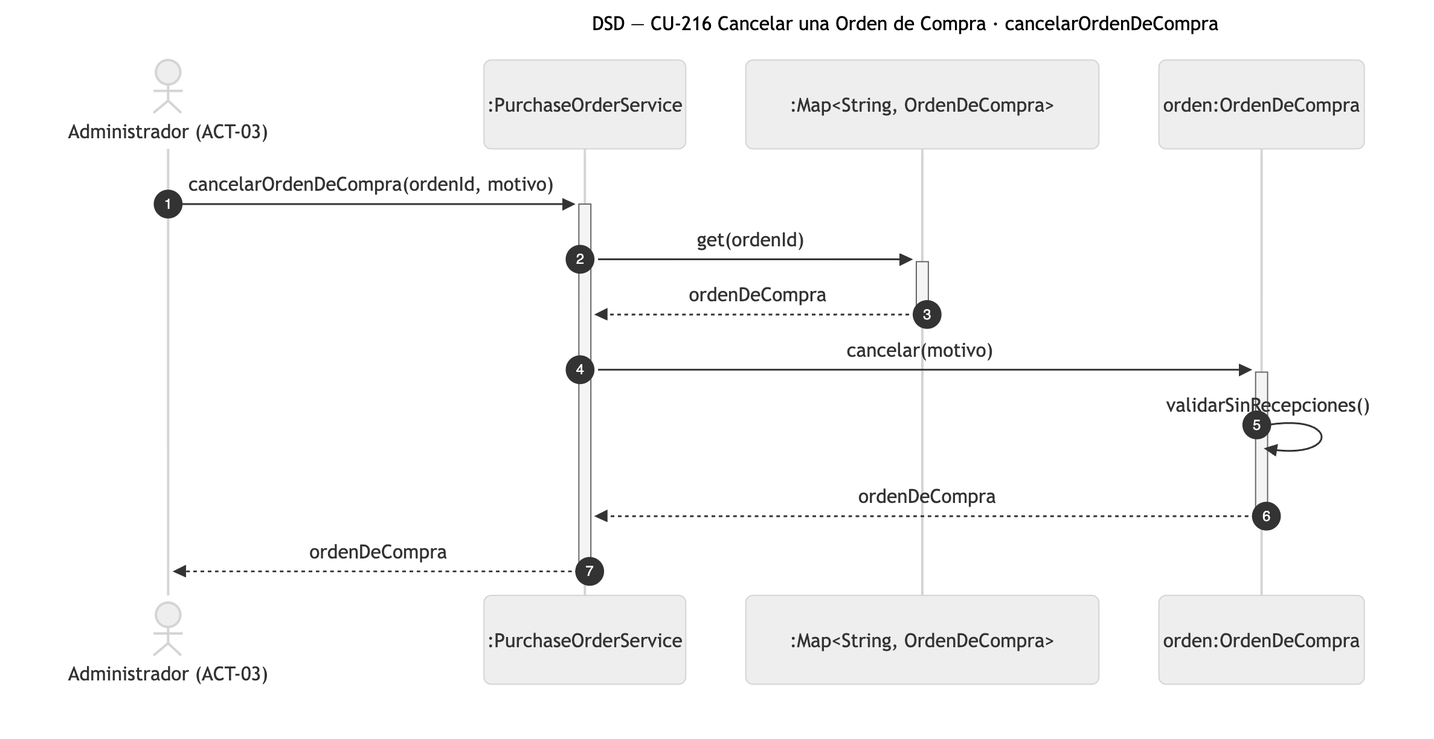
Before: diagramas/png/DSD_CU-216_cancelarOrdenDeCompra.png, a diagram exported from Mermaid (Nahuelito-Dev/splg-docs). Its source is kept beside it as diagramas/DSD_CU-216_cancelarOrdenDeCompra.mmd.
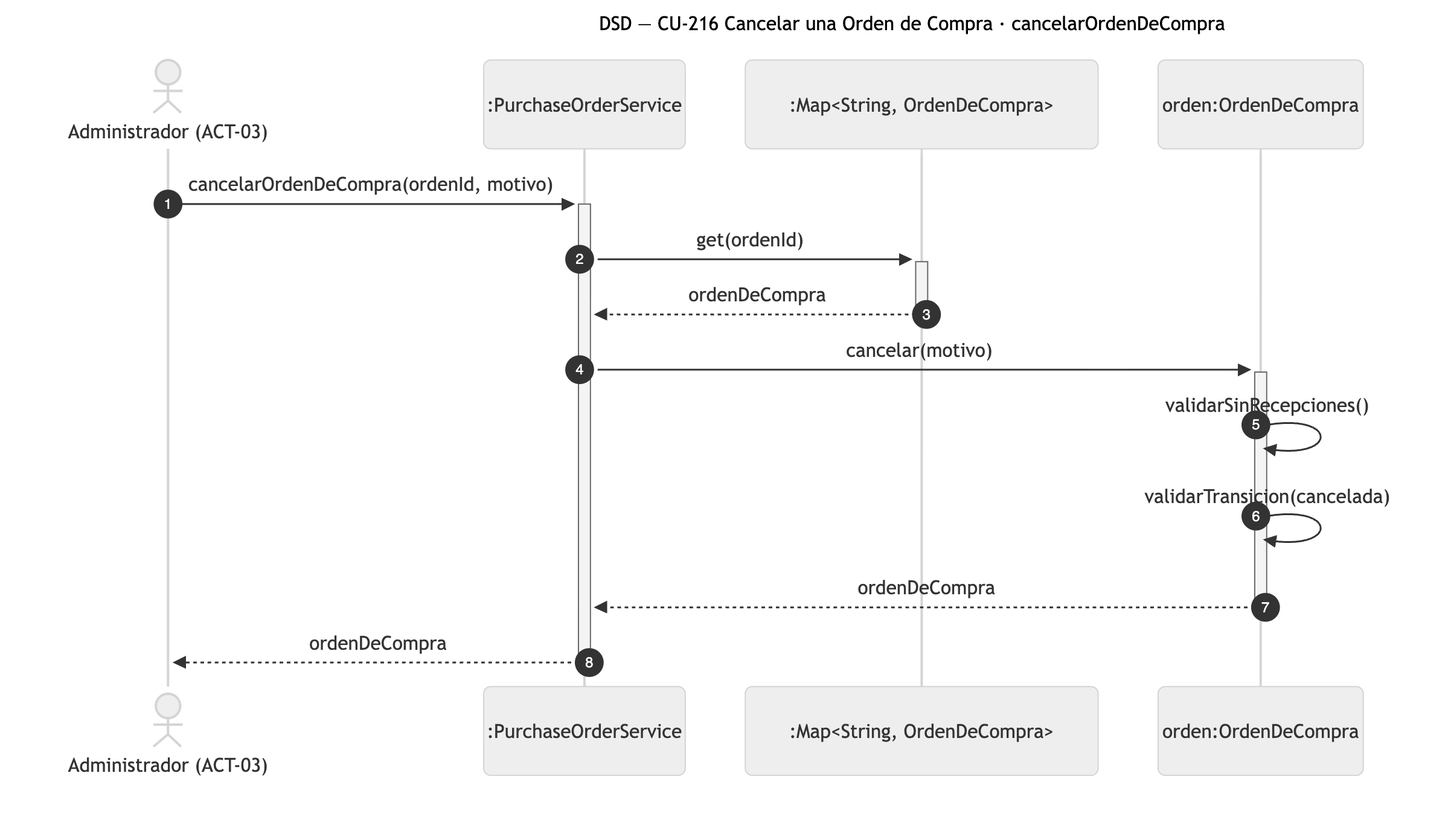
After the change.

Diff of the diagram source:
```diff
@@ -11,5 +11,6 @@
     COL-->>-SRV: ordenDeCompra
     SRV->>+ORD: cancelar(motivo)
     ORD->>ORD: validarSinRecepciones()
+    ORD->>ORD: validarTransicion(cancelada)
     ORD-->>-SRV: ordenDeCompra
     SRV-->>-ADM: ordenDeCompra
```
